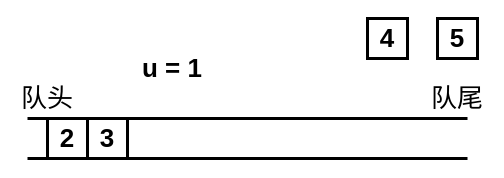
Earlier version of the draw.io diagram Untitled Diagram.drawio (sara1024/-CCF201412-2-Z-). Source tidied: cells renumbered, new cells numbered last; positions are measured from the earlier drawing's top-left corner, leaving out a move shared by most shapes. Both pictures are drawn from the tidied source at 100%, with x=0, y=0 at pixel (17, 18).
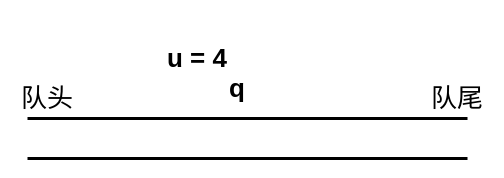
After the change.

Diff of the diagram source:
```diff
@@
 <mxGraphModel>
   <root>
     <mxCell id="0" />
     <mxCell id="1" parent="0" />
     <mxCell id="2" style="endArrow=none;html=1;strokeWidth=3;" parent="1" edge="1">
       <mxGeometry relative="1" as="geometry">
         <mxPoint x="10" y="100" as="sourcePoint" />
         <mxPoint x="450" y="100" as="targetPoint" />
       </mxGeometry>
     </mxCell>
     <mxCell id="3" style="endArrow=none;html=1;strokeWidth=3;" parent="1" edge="1">
       <mxGeometry relative="1" as="geometry">
         <mxPoint x="10" y="140" as="sourcePoint" />
         <mxPoint x="450" y="140" as="targetPoint" />
       </mxGeometry>
     </mxCell>
-    <mxCell id="4" value="2" style="whiteSpace=wrap;html=1;strokeWidth=3;fillColor=none;fontSize=26;fontStyle=1;" parent="1" vertex="1">
-      <mxGeometry x="30" y="100" width="40" height="40" as="geometry" />
-    </mxCell>
-    <mxCell id="5" value="3" style="whiteSpace=wrap;html=1;strokeWidth=3;fillColor=none;fontSize=26;fontStyle=1;" parent="1" vertex="1">
-      <mxGeometry x="70" y="100" width="40" height="40" as="geometry" />
-    </mxCell>
-    <mxCell id="6" value="4" style="whiteSpace=wrap;html=1;strokeWidth=3;fillColor=none;fontSize=26;fontStyle=1;" parent="1" vertex="1">
-      <mxGeometry x="350" width="40" height="40" as="geometry" />
-    </mxCell>
-    <mxCell id="7" value="5" style="whiteSpace=wrap;html=1;strokeWidth=3;fillColor=none;fontSize=26;fontStyle=1;" parent="1" vertex="1">
-      <mxGeometry x="420" width="40" height="40" as="geometry" />
-    </mxCell>
     <mxCell id="8" value="队头" style="text;html=1;strokeColor=none;fillColor=none;align=center;verticalAlign=middle;whiteSpace=wrap;rounded=0;fontSize=26;" parent="1" vertex="1">
       <mxGeometry y="70" width="60" height="20" as="geometry" />
     </mxCell>
     <mxCell id="9" value="队尾" style="text;html=1;strokeColor=none;fillColor=none;align=center;verticalAlign=middle;whiteSpace=wrap;rounded=0;fontSize=26;" parent="1" vertex="1">
       <mxGeometry x="410" y="70" width="60" height="20" as="geometry" />
     </mxCell>
-    <mxCell id="10" value="u = 1" style="text;html=1;strokeColor=none;fillColor=none;align=center;verticalAlign=middle;whiteSpace=wrap;rounded=0;fontSize=26;fontStyle=1;" parent="1" vertex="1">
-      <mxGeometry x="110" y="40" width="90" height="20" as="geometry" />
-    </mxCell>
+    <mxCell id="11" value="q" style="text;html=1;strokeColor=none;fillColor=none;align=center;verticalAlign=middle;whiteSpace=wrap;rounded=0;fontSize=26;fontStyle=1;" parent="1" vertex="1">
+      <mxGeometry x="200" y="60" width="40" height="20" as="geometry" />
+    </mxCell>
+    <mxCell id="12" value="u = 4" style="text;html=1;strokeColor=none;fillColor=none;align=center;verticalAlign=middle;whiteSpace=wrap;rounded=0;fontSize=26;fontStyle=1;" parent="1" vertex="1">
+      <mxGeometry x="140" y="30" width="80" height="20" as="geometry" />
+    </mxCell>
   </root>
 </mxGraphModel>
```
